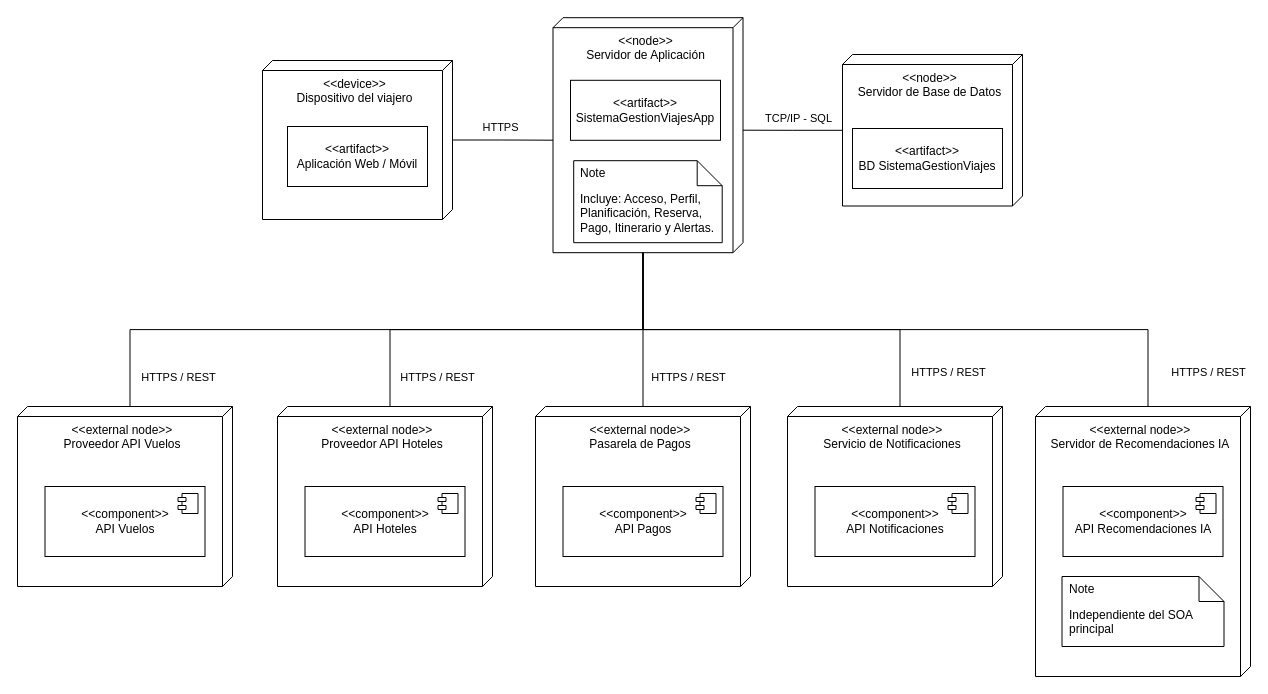
The draw.io diagram Diagramas/07_Diagrama_Despliegue/Diagrama_despliegue.drawio in jdcamargo2/Sistema-gestion-viajes, before the edit. Source tidied: cells renumbered, new cells numbered last; positions are measured from the earlier drawing's top-left corner, leaving out a move shared by most shapes. Both pictures are drawn from the tidied source at 100%, with x=0, y=0 at pixel (17, 17).
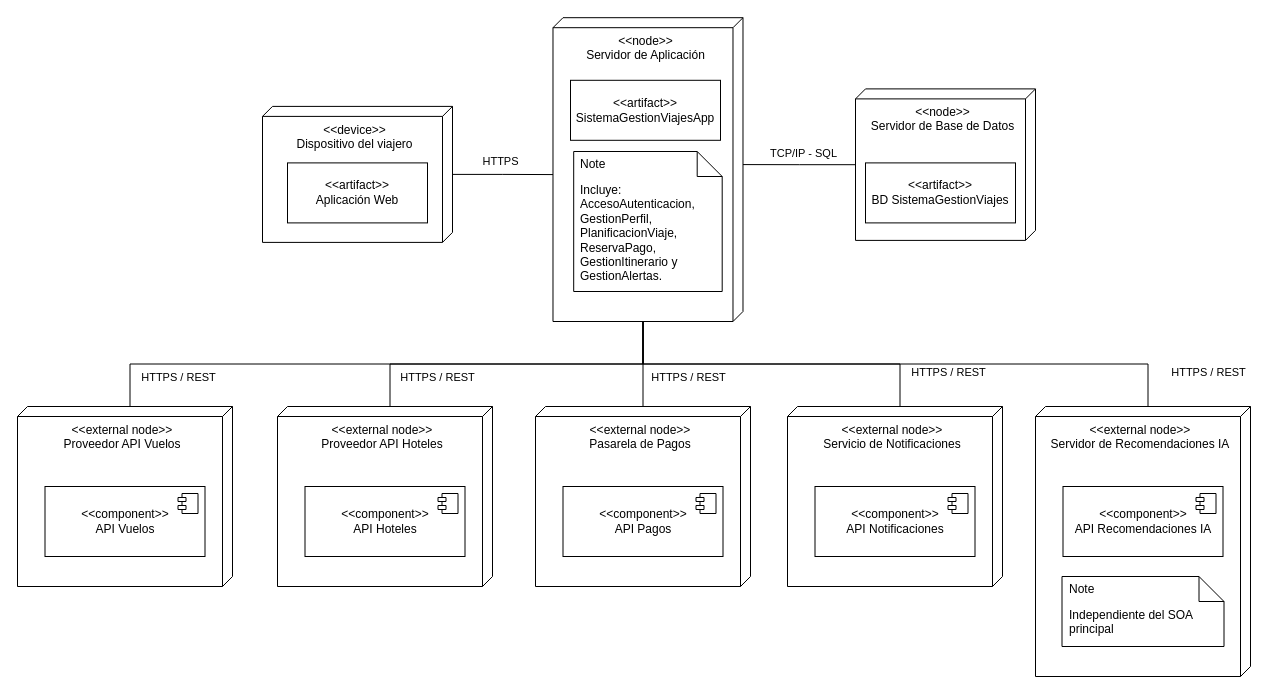
After the change.

The change refers to these unchanged cells:
```xml
<mxCell id="11" value="&lt;div&gt;&amp;lt;&amp;lt;external node&amp;gt;&amp;gt;&lt;br&gt;&lt;/div&gt;&lt;div&gt;Proveedor API Vuelos&lt;/div&gt;" style="verticalAlign=top;align=center;shape=cube;size=10;direction=south;fontStyle=0;html=1;boundedLbl=1;spacingLeft=5;whiteSpace=wrap;" parent="1" vertex="1">
  <mxGeometry y="389" width="215" height="180" as="geometry" />
</mxCell>
<mxCell id="14" value="&amp;lt;&amp;lt;external node&amp;gt;&amp;gt;&lt;br&gt;Proveedor API Hoteles" style="verticalAlign=top;align=center;shape=cube;size=10;direction=south;fontStyle=0;html=1;boundedLbl=1;spacingLeft=5;whiteSpace=wrap;" parent="1" vertex="1">
  <mxGeometry x="260" y="389" width="215" height="180" as="geometry" />
</mxCell>
<mxCell id="17" value="&amp;lt;&amp;lt;external node&amp;gt;&amp;gt;&lt;br&gt;Pasarela de Pagos" style="verticalAlign=top;align=center;shape=cube;size=10;direction=south;fontStyle=0;html=1;boundedLbl=1;spacingLeft=5;whiteSpace=wrap;" parent="1" vertex="1">
  <mxGeometry x="518" y="389" width="215" height="180" as="geometry" />
</mxCell>
<mxCell id="20" value="&amp;lt;&amp;lt;external node&amp;gt;&amp;gt;&lt;br&gt;Servicio de Notificaciones" style="verticalAlign=top;align=center;shape=cube;size=10;direction=south;fontStyle=0;html=1;boundedLbl=1;spacingLeft=5;whiteSpace=wrap;" parent="1" vertex="1">
  <mxGeometry x="770" y="389" width="215" height="180" as="geometry" />
</mxCell>
<mxCell id="23" value="&lt;div&gt;&amp;lt;&amp;lt;external node&amp;gt;&amp;gt;&lt;/div&gt;&lt;div&gt;Servidor de Recomendaciones IA&lt;/div&gt;" style="verticalAlign=top;align=center;shape=cube;size=10;direction=south;fontStyle=0;html=1;boundedLbl=1;spacingLeft=5;whiteSpace=wrap;" parent="1" vertex="1">
  <mxGeometry x="1018" y="389" width="215" height="270" as="geometry" />
</mxCell>
```

The edit, as a diff of the source:
```diff
@@
     <mxCell id="2" value="&lt;div&gt;&amp;lt;&amp;lt;device&amp;gt;&amp;gt;&lt;/div&gt;&lt;div&gt;Dispositivo del viajero&lt;/div&gt;" style="verticalAlign=top;align=center;shape=cube;size=10;direction=south;fontStyle=0;html=1;boundedLbl=1;spacingLeft=5;whiteSpace=wrap;" parent="1" vertex="1">
-      <mxGeometry x="245" y="43" width="190" height="159" as="geometry" />
+      <mxGeometry x="245" y="88.9" width="190" height="136" as="geometry" />
     </mxCell>
-    <mxCell id="3" value="&amp;lt;&amp;lt;artifact&amp;gt;&amp;gt;&lt;br&gt;Aplicación Web / Móvil" style="html=1;align=center;verticalAlign=middle;dashed=0;whiteSpace=wrap;" parent="1" vertex="1">
-      <mxGeometry x="270" y="109" width="140" height="60" as="geometry" />
+    <mxCell id="3" value="&amp;lt;&amp;lt;artifact&amp;gt;&amp;gt;&lt;br&gt;Aplicación Web" style="html=1;align=center;verticalAlign=middle;dashed=0;whiteSpace=wrap;" parent="1" vertex="1">
+      <mxGeometry x="270" y="145.4" width="140" height="60" as="geometry" />
     </mxCell>
     <mxCell id="4" value="&lt;div align=&quot;center&quot;&gt;&amp;lt;&amp;lt;node&amp;gt;&amp;gt;&lt;/div&gt;&lt;div align=&quot;center&quot;&gt;Servidor de Aplicación&lt;/div&gt;" style="verticalAlign=top;align=center;shape=cube;size=10;direction=south;fontStyle=0;html=1;boundedLbl=1;spacingLeft=5;whiteSpace=wrap;" parent="1" vertex="1">
-      <mxGeometry x="535.5" y="0.2" width="190" height="235" as="geometry" />
+      <mxGeometry x="535.5" y="0.2" width="190" height="303.8" as="geometry" />
     </mxCell>
-    <mxCell id="5" style="edgeStyle=orthogonalEdgeStyle;rounded=0;jettySize=auto;html=1;endArrow=none;endFill=0;entryX=0;entryY=0;entryDx=122.49999999999999;entryDy=190;entryPerimeter=0;" parent="1" edge="1" source="2" target="4">
+    <mxCell id="5" style="edgeStyle=orthogonalEdgeStyle;rounded=0;jettySize=auto;html=1;endArrow=none;endFill=0;entryX=0;entryY=0;entryDx=156.875;entryDy=190;entryPerimeter=0;" parent="1" edge="1" source="2" target="4">
       <mxGeometry relative="1" as="geometry" />
     </mxCell>
@@
     <mxCell id="7" value="&lt;div align=&quot;center&quot;&gt;&lt;span&gt;&amp;lt;&amp;lt;node&amp;gt;&amp;gt;&lt;/span&gt;&lt;br&gt;&lt;div&gt;&lt;span&gt;Servidor de Base de Datos&lt;/span&gt;&lt;/div&gt;&lt;/div&gt;" style="verticalAlign=top;align=center;shape=cube;size=10;direction=south;fontStyle=0;html=1;boundedLbl=1;spacingLeft=5;whiteSpace=wrap;" parent="1" vertex="1">
-      <mxGeometry x="825" y="37" width="180" height="151.5" as="geometry" />
+      <mxGeometry x="838" y="71.4" width="180" height="151.5" as="geometry" />
     </mxCell>
     <mxCell id="8" value="&amp;lt;&amp;lt;artifact&amp;gt;&amp;gt;&lt;br&gt;BD SistemaGestionViajes" style="html=1;align=center;verticalAlign=middle;dashed=0;whiteSpace=wrap;" parent="1" vertex="1">
-      <mxGeometry x="835" y="111" width="150" height="60" as="geometry" />
+      <mxGeometry x="848" y="145.4" width="150" height="60" as="geometry" />
     </mxCell>
-    <mxCell id="9" style="edgeStyle=orthogonalEdgeStyle;rounded=0;jettySize=auto;html=1;endArrow=none;endFill=0;entryX=0;entryY=0;entryDx=112.49999999999999;entryDy=0;entryPerimeter=0;" parent="1" edge="1" source="7" target="4">
+    <mxCell id="9" style="edgeStyle=orthogonalEdgeStyle;rounded=0;jettySize=auto;html=1;endArrow=none;endFill=0;entryX=0;entryY=0;entryDx=146.875;entryDy=0;entryPerimeter=0;" parent="1" edge="1" source="7" target="4">
       <mxGeometry relative="1" as="geometry" />
     </mxCell>
@@
-    <mxCell id="34" value="Incluye: Acceso, Perfil, Planificación, Reserva, Pago, Itinerario y Alertas." style="shape=note2;boundedLbl=1;whiteSpace=wrap;html=1;size=25;verticalAlign=top;align=left;spacingLeft=5;" parent="1" vertex="1">
-      <mxGeometry x="556.2" y="143.2" width="148.5" height="82" as="geometry" />
+    <mxCell id="34" value="Incluye: AccesoAutenticacion, GestionPerfil, PlanificacionViaje, ReservaPago, GestionItinerario y GestionAlertas." style="shape=note2;boundedLbl=1;whiteSpace=wrap;html=1;size=25;verticalAlign=top;align=left;spacingLeft=5;" parent="1" vertex="1">
+      <mxGeometry x="556.2" y="134" width="148.5" height="140" as="geometry" />
     </mxCell>
@@
-    <mxCell id="36" style="edgeStyle=orthogonalEdgeStyle;rounded=0;jettySize=auto;html=1;entryX=0;entryY=0;entryDx=235;entryDy=100;entryPerimeter=0;endArrow=none;endFill=0;" parent="1" edge="1" source="17" target="4">
+    <mxCell id="36" style="edgeStyle=orthogonalEdgeStyle;rounded=0;jettySize=auto;html=1;entryX=0;entryY=0;entryDx=303.75;entryDy=100;entryPerimeter=0;endArrow=none;endFill=0;" parent="1" edge="1" source="17" target="4">
       <mxGeometry relative="1" as="geometry" />
     </mxCell>
-    <mxCell id="37" style="edgeStyle=orthogonalEdgeStyle;rounded=0;jettySize=auto;html=1;entryX=0;entryY=0;entryDx=235;entryDy=100;entryPerimeter=0;endArrow=none;endFill=0;exitX=0;exitY=0;exitDx=0;exitDy=102.5;exitPerimeter=0;" parent="1" edge="1" source="20" target="4">
+    <mxCell id="37" style="edgeStyle=orthogonalEdgeStyle;rounded=0;jettySize=auto;html=1;entryX=0;entryY=0;entryDx=303.75;entryDy=100;entryPerimeter=0;endArrow=none;endFill=0;exitX=0;exitY=0;exitDx=0;exitDy=102.5;exitPerimeter=0;" parent="1" edge="1" source="20" target="4">
       <mxGeometry relative="1" as="geometry" />
     </mxCell>
-    <mxCell id="38" style="edgeStyle=orthogonalEdgeStyle;rounded=0;jettySize=auto;html=1;entryX=0;entryY=0;entryDx=235;entryDy=100;entryPerimeter=0;exitX=0;exitY=0;exitDx=0;exitDy=102.5;exitPerimeter=0;endArrow=none;endFill=0;" parent="1" edge="1" source="23" target="4">
+    <mxCell id="38" style="edgeStyle=orthogonalEdgeStyle;rounded=0;jettySize=auto;html=1;entryX=0;entryY=0;entryDx=303.75;entryDy=100;entryPerimeter=0;exitX=0;exitY=0;exitDx=0;exitDy=102.5;exitPerimeter=0;endArrow=none;endFill=0;" parent="1" edge="1" source="23" target="4">
       <mxGeometry relative="1" as="geometry" />
     </mxCell>
-    <mxCell id="39" style="edgeStyle=orthogonalEdgeStyle;rounded=0;jettySize=auto;html=1;entryX=0;entryY=0;entryDx=235;entryDy=100;entryPerimeter=0;exitX=0;exitY=0;exitDx=0;exitDy=102.5;exitPerimeter=0;endArrow=none;endFill=0;" parent="1" edge="1" source="14" target="4">
+    <mxCell id="39" style="edgeStyle=orthogonalEdgeStyle;rounded=0;jettySize=auto;html=1;entryX=0;entryY=0;entryDx=303.75;entryDy=100;entryPerimeter=0;exitX=0;exitY=0;exitDx=0;exitDy=102.5;exitPerimeter=0;endArrow=none;endFill=0;" parent="1" edge="1" source="14" target="4">
       <mxGeometry relative="1" as="geometry" />
     </mxCell>
-    <mxCell id="40" style="edgeStyle=orthogonalEdgeStyle;rounded=0;jettySize=auto;html=1;entryX=0;entryY=0;entryDx=235;entryDy=100;entryPerimeter=0;exitX=0;exitY=0;exitDx=0;exitDy=102.5;exitPerimeter=0;endArrow=none;endFill=0;" parent="1" edge="1" source="11" target="4">
+    <mxCell id="40" style="edgeStyle=orthogonalEdgeStyle;rounded=0;jettySize=auto;html=1;entryX=0;entryY=0;entryDx=303.75;entryDy=100;entryPerimeter=0;exitX=0;exitY=0;exitDx=0;exitDy=102.5;exitPerimeter=0;endArrow=none;endFill=0;" parent="1" edge="1" source="11" target="4">
       <mxGeometry relative="1" as="geometry" />
     </mxCell>
```
